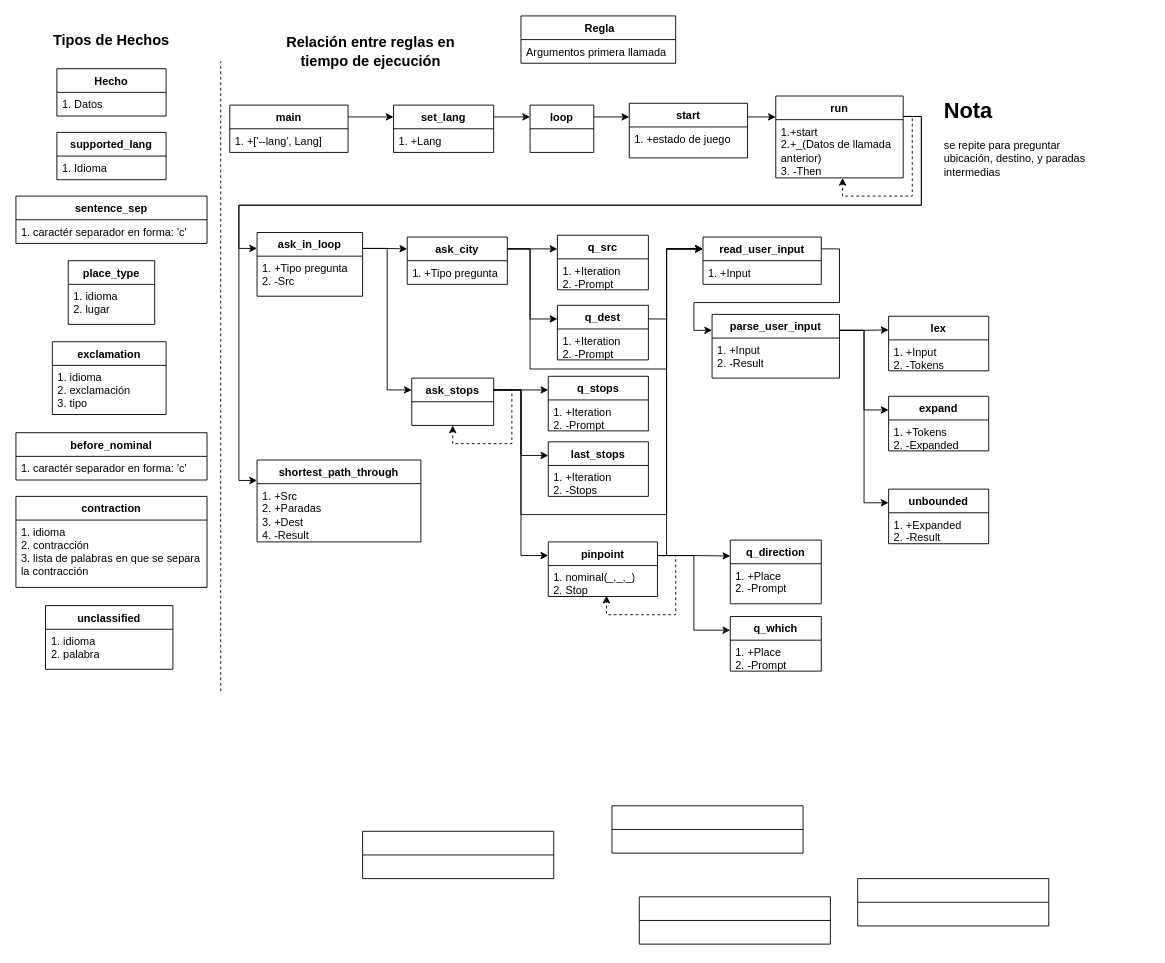
This is doc/Diagrama.drawio from Josfemova/wazelog, a draw.io file, before an edit. Source tidied: cells renumbered, new cells numbered last; positions are measured from the earlier drawing's top-left corner, leaving out a move shared by most shapes. Both pictures are drawn from the tidied source at 91%, with x=0, y=0 at pixel (15, 15).
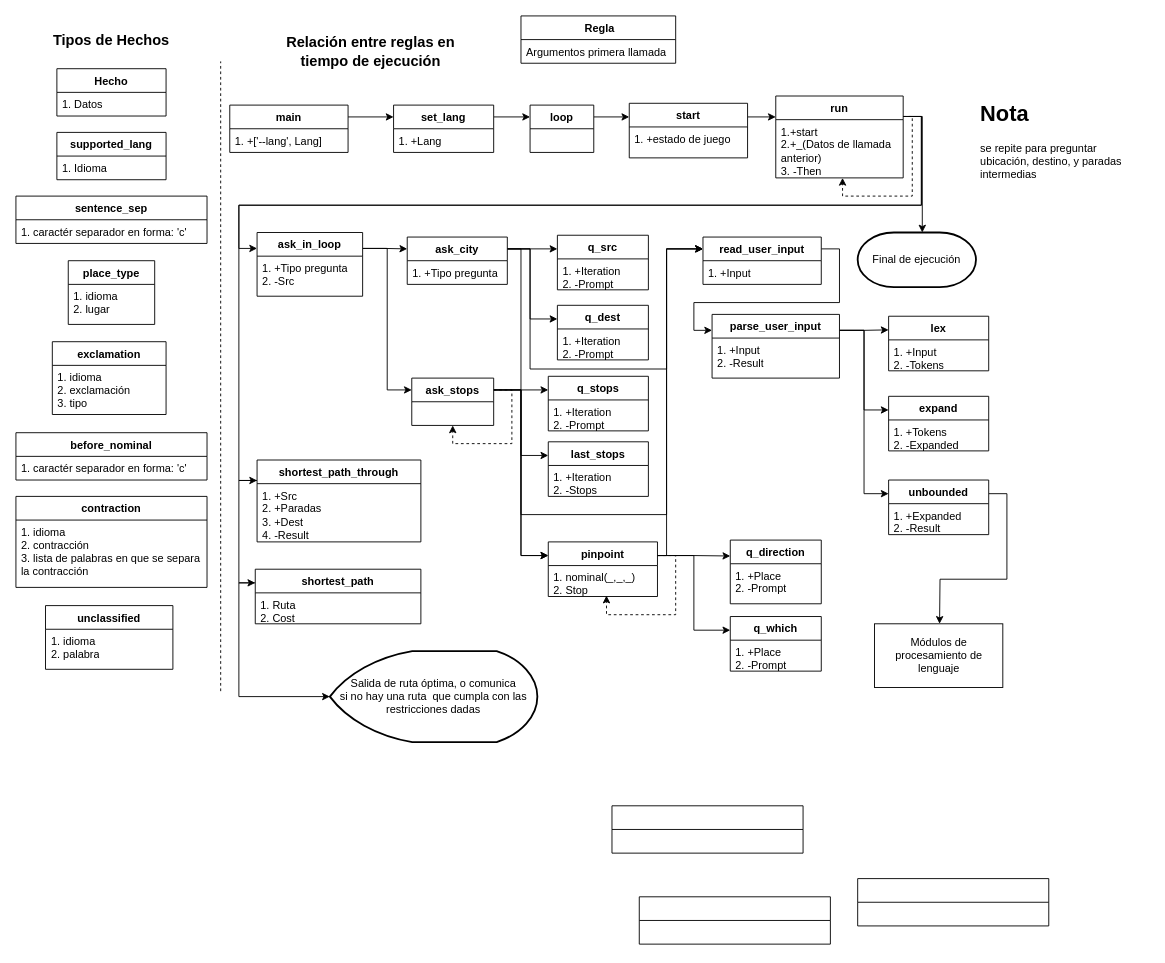
After the change.

Unchanged cells that the change refers to:
```xml
<mxCell id="38" value="ask_city" style="swimlane;fontStyle=1;align=center;verticalAlign=top;horizontal=1;startSize=26;" parent="1" vertex="1">
  <mxGeometry x="430" y="243" width="110" height="52" as="geometry" />
</mxCell>
<mxCell id="40" value="shortest_path_through" style="swimlane;fontStyle=1;align=center;verticalAlign=top;horizontal=1;startSize=26;" parent="1" vertex="1">
  <mxGeometry x="265" y="488" width="180" height="90" as="geometry" />
</mxCell>
<mxCell id="62" value="pinpoint" style="swimlane;fontStyle=1;align=center;verticalAlign=top;horizontal=1;startSize=26;" parent="1" vertex="1">
  <mxGeometry x="585" y="578" width="120" height="60" as="geometry" />
</mxCell>
<mxCell id="66" value="q_dest" style="swimlane;fontStyle=1;align=center;verticalAlign=top;horizontal=1;startSize=26;" parent="1" vertex="1">
  <mxGeometry x="595" y="318" width="100" height="60" as="geometry" />
</mxCell>
<mxCell id="74" value="read_user_input" style="swimlane;fontStyle=1;align=center;verticalAlign=top;horizontal=1;startSize=26;" parent="1" vertex="1">
  <mxGeometry x="755" y="243" width="130" height="52" as="geometry" />
</mxCell>
```

Diff of the diagram source:
```diff
@@
+    <mxCell id="100" style="edgeStyle=orthogonalEdgeStyle;rounded=0;jettySize=auto;html=1;exitX=1;exitY=0.25;exitDx=0;exitDy=0;entryX=0;entryY=0.25;entryDx=0;entryDy=0;" parent="1" edge="1" source="38" target="62">
+      <mxGeometry relative="1" as="geometry">
+        <Array as="points">
+          <mxPoint x="555" y="256" />
+          <mxPoint x="555" y="593" />
+        </Array>
+      </mxGeometry>
+    </mxCell>
@@
+    <mxCell id="101" style="edgeStyle=orthogonalEdgeStyle;rounded=0;jettySize=auto;html=1;exitX=0;exitY=0.25;exitDx=0;exitDy=0;entryX=0;entryY=0.25;entryDx=0;entryDy=0;" parent="1" edge="1" source="40" target="94">
+      <mxGeometry relative="1" as="geometry">
+        <Array as="points">
+          <mxPoint x="245" y="511" />
+          <mxPoint x="245" y="623" />
+        </Array>
+      </mxGeometry>
+    </mxCell>
@@
+    <mxCell id="102" style="edgeStyle=orthogonalEdgeStyle;rounded=0;orthogonalLoop=1;jettySize=auto;html=1;exitX=1;exitY=0.25;exitDx=0;exitDy=0;entryX=0.5;entryY=0;entryDx=0;entryDy=0;entryPerimeter=0;" parent="1" edge="1">
+      <mxGeometry relative="1" as="geometry">
+        <mxPoint x="981" y="110.5" as="sourcePoint" />
+        <mxPoint x="996" y="238" as="targetPoint" />
+        <Array as="points">
+          <mxPoint x="996" y="111" />
+        </Array>
+      </mxGeometry>
+    </mxCell>
@@
-    <mxCell id="65" style="edgeStyle=orthogonalEdgeStyle;rounded=0;jettySize=auto;html=1;exitX=1;exitY=0.25;exitDx=0;exitDy=0;entryX=0;entryY=0.25;entryDx=0;entryDy=0;" parent="1" edge="1" source="66" target="74">
-      <mxGeometry relative="1" as="geometry">
-        <Array as="points">
-          <mxPoint x="715" y="333" />
-          <mxPoint x="715" y="256" />
-        </Array>
-      </mxGeometry>
-    </mxCell>
@@
     <mxCell id="68" value="&lt;h1&gt;Nota&lt;/h1&gt;&lt;p&gt;&lt;span style=&quot;text-align: center&quot;&gt;se repite para preguntar ubicación, destino, y paradas intermedias&lt;/span&gt;&lt;br&gt;&lt;/p&gt;" style="text;html=1;strokeColor=none;fillColor=none;spacing=5;spacingTop=-20;whiteSpace=wrap;overflow=hidden;rounded=0;" parent="1" vertex="1">
-      <mxGeometry x="1015" y="84.5" width="190" height="97" as="geometry" />
+      <mxGeometry x="1055" y="88" width="190" height="97" as="geometry" />
     </mxCell>
@@
+    <mxCell id="103" style="edgeStyle=orthogonalEdgeStyle;rounded=0;jettySize=auto;html=1;exitX=1;exitY=0.25;exitDx=0;exitDy=0;" parent="1" edge="1" source="85">
+      <mxGeometry relative="1" as="geometry">
+        <mxPoint x="1015" y="668" as="targetPoint" />
+      </mxGeometry>
+    </mxCell>
     <mxCell id="85" value="unbounded" style="swimlane;fontStyle=1;align=center;verticalAlign=top;horizontal=1;startSize=26;" parent="1" vertex="1">
-      <mxGeometry x="959" y="520" width="110" height="60" as="geometry" />
+      <mxGeometry x="959" y="510" width="110" height="60" as="geometry" />
     </mxCell>
@@
+    <mxCell id="104" style="edgeStyle=orthogonalEdgeStyle;rounded=0;jettySize=auto;html=1;exitX=0;exitY=0.25;exitDx=0;exitDy=0;entryX=0;entryY=0.5;entryDx=0;entryDy=0;entryPerimeter=0;" parent="1" edge="1" source="94" target="105">
+      <mxGeometry relative="1" as="geometry">
+        <Array as="points">
+          <mxPoint x="245" y="623" />
+          <mxPoint x="245" y="748" />
+        </Array>
+      </mxGeometry>
+    </mxCell>
-    <mxCell id="94" value=" " style="swimlane;fontStyle=1;align=center;verticalAlign=top;horizontal=1;startSize=26;" parent="1" vertex="1">
-      <mxGeometry x="381" y="896" width="210" height="52" as="geometry" />
+    <mxCell id="94" value="shortest_path" style="swimlane;fontStyle=1;align=center;verticalAlign=top;horizontal=1;startSize=26;" parent="1" vertex="1">
+      <mxGeometry x="263" y="608" width="182" height="60" as="geometry" />
     </mxCell>
-    <mxCell id="95" value=" " style="text;strokeColor=none;fillColor=none;align=left;verticalAlign=top;spacingLeft=4;spacingRight=4;overflow=hidden;whiteSpace=wrap;" parent="94" vertex="1">
-      <mxGeometry y="26" width="210" height="26" as="geometry" />
+    <mxCell id="95" value="1. Ruta&#10;2. Cost " style="text;strokeColor=none;fillColor=none;align=left;verticalAlign=top;spacingLeft=4;spacingRight=4;overflow=hidden;whiteSpace=wrap;" parent="94" vertex="1">
+      <mxGeometry y="26" width="182" height="34" as="geometry" />
     </mxCell>
@@
+    <mxCell id="105" value="Salida de ruta óptima, o comunica &lt;br&gt;si no hay una ruta&amp;nbsp; que cumpla con las restricciones dadas" style="strokeWidth=2;html=1;shape=mxgraph.flowchart.display;whiteSpace=wrap;" parent="1" vertex="1">
+      <mxGeometry x="345" y="698" width="228" height="100" as="geometry" />
+    </mxCell>
+    <mxCell id="106" value="Módulos de procesamiento de lenguaje" style="rounded=0;whiteSpace=wrap;html=1;" parent="1" vertex="1">
+      <mxGeometry x="943.5" y="668" width="141" height="70" as="geometry" />
+    </mxCell>
+    <mxCell id="107" value="Final de ejecución" style="strokeWidth=2;html=1;shape=mxgraph.flowchart.terminator;whiteSpace=wrap;" parent="1" vertex="1">
+      <mxGeometry x="925" y="238" width="130" height="60" as="geometry" />
+    </mxCell>
```
